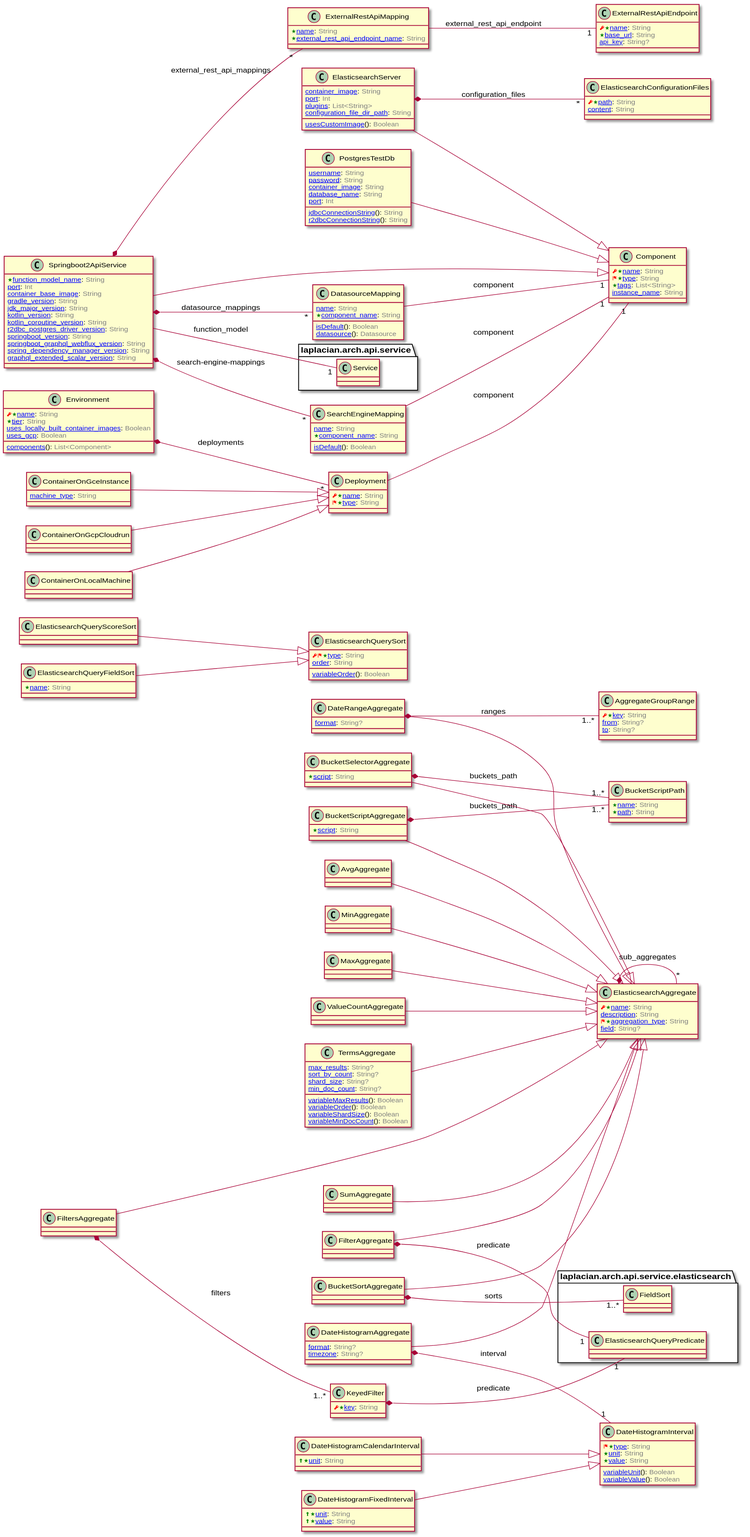
The PlantUML diagram doc/image/model-diagram.svg in laplacian-arch/deployment.domain-model, before a commit.
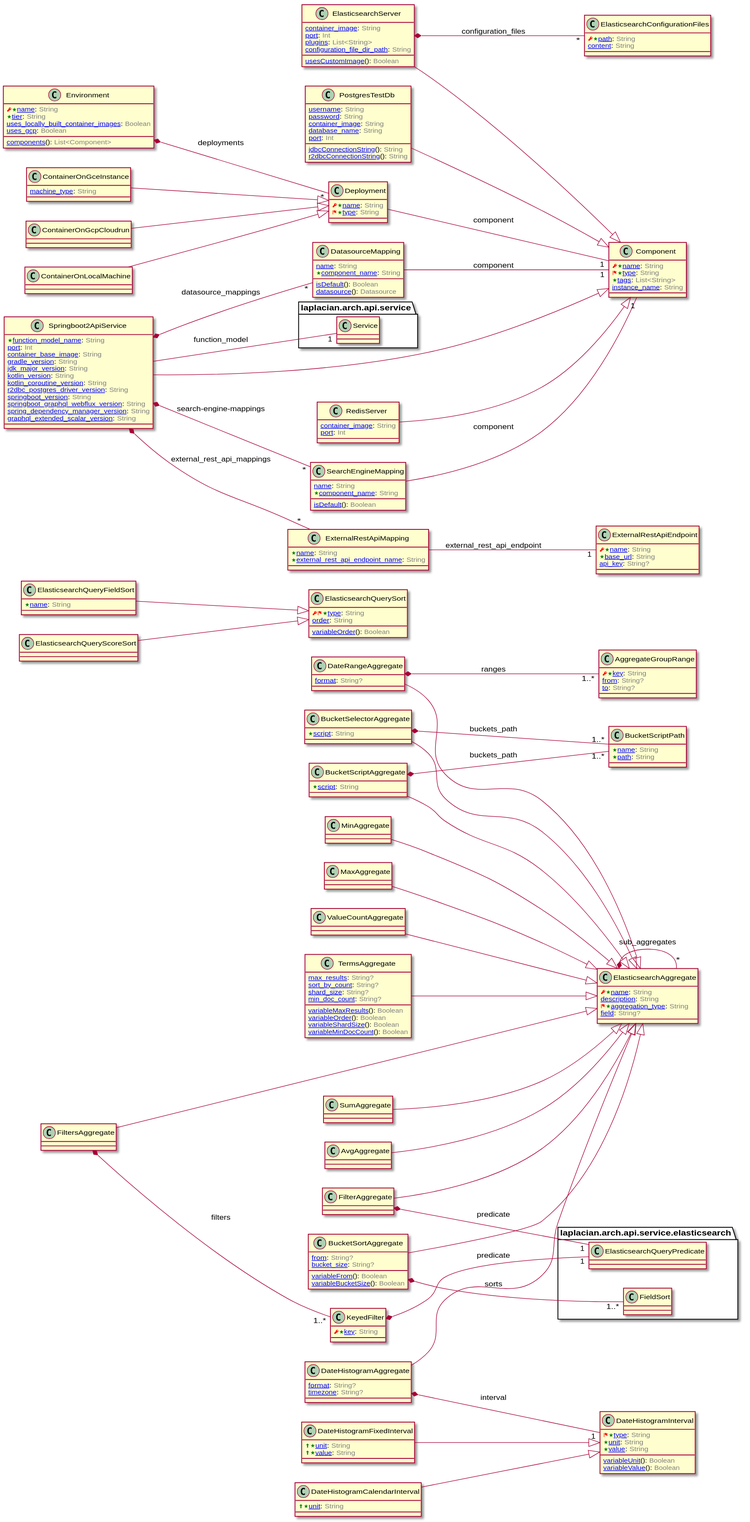
After the commit.

Commit message:
add the deployment model for redis cache server

Change to the diagram source:
```diff
@@ -45,6 +45,10 @@
 
 
 class BucketSortAggregate [[/blob/master/doc/entities/BucketSortAggregate.md]] {
+  [[/blob/master/doc/entities/BucketSortAggregate.md#from-string from]]: <color:GRAY>String?</color>
+  [[/blob/master/doc/entities/BucketSortAggregate.md#variable_from-boolean variableFrom]](): <color:GRAY>Boolean</color>
+  [[/blob/master/doc/entities/BucketSortAggregate.md#bucket_size-string bucket_size]]: <color:GRAY>String?</color>
+  [[/blob/master/doc/entities/BucketSortAggregate.md#variable_bucket_size-boolean variableBucketSize]](): <color:GRAY>Boolean</color>
 }
 
 BucketSortAggregate --|> ElasticsearchAggregate
@@ -314,6 +318,17 @@
 
 
 
+class RedisServer [[/blob/master/doc/entities/RedisServer.md]] {
+  [[/blob/master/doc/entities/RedisServer.md#container_image-string container_image]]: <color:GRAY>String</color>
+  [[/blob/master/doc/entities/RedisServer.md#port-int port]]: <color:GRAY>Int</color>
+}
+
+RedisServer --|> Component
+
+
+
+
+
 class PostgresTestDb [[/blob/master/doc/entities/PostgresTestDb.md]] {
   [[/blob/master/doc/entities/PostgresTestDb.md#username-string username]]: <color:GRAY>String</color>
   [[/blob/master/doc/entities/PostgresTestDb.md#password-string password]]: <color:GRAY>String</color>
```
